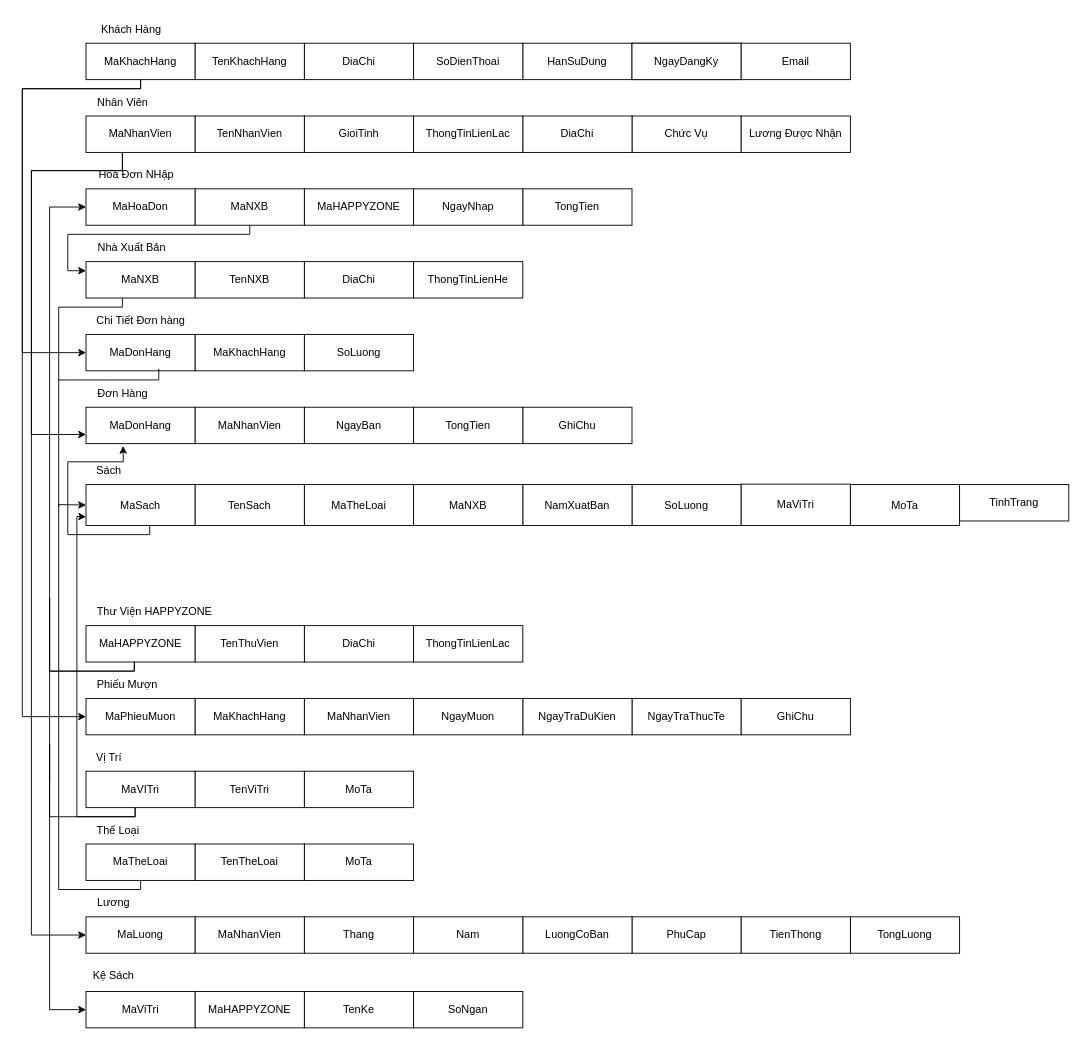
Earlier version of the draw.io diagram page "Trang-6" (6 of 6) of Biểu đồ không có tiêu đề.drawio (trunghai04/game-python). Source tidied: cells renumbered, new cells numbered last; positions are measured from the earlier drawing's top-left corner, leaving out a move shared by most shapes. Both pictures are drawn from the tidied source at 91%, with x=0, y=0 at pixel (22, 15).
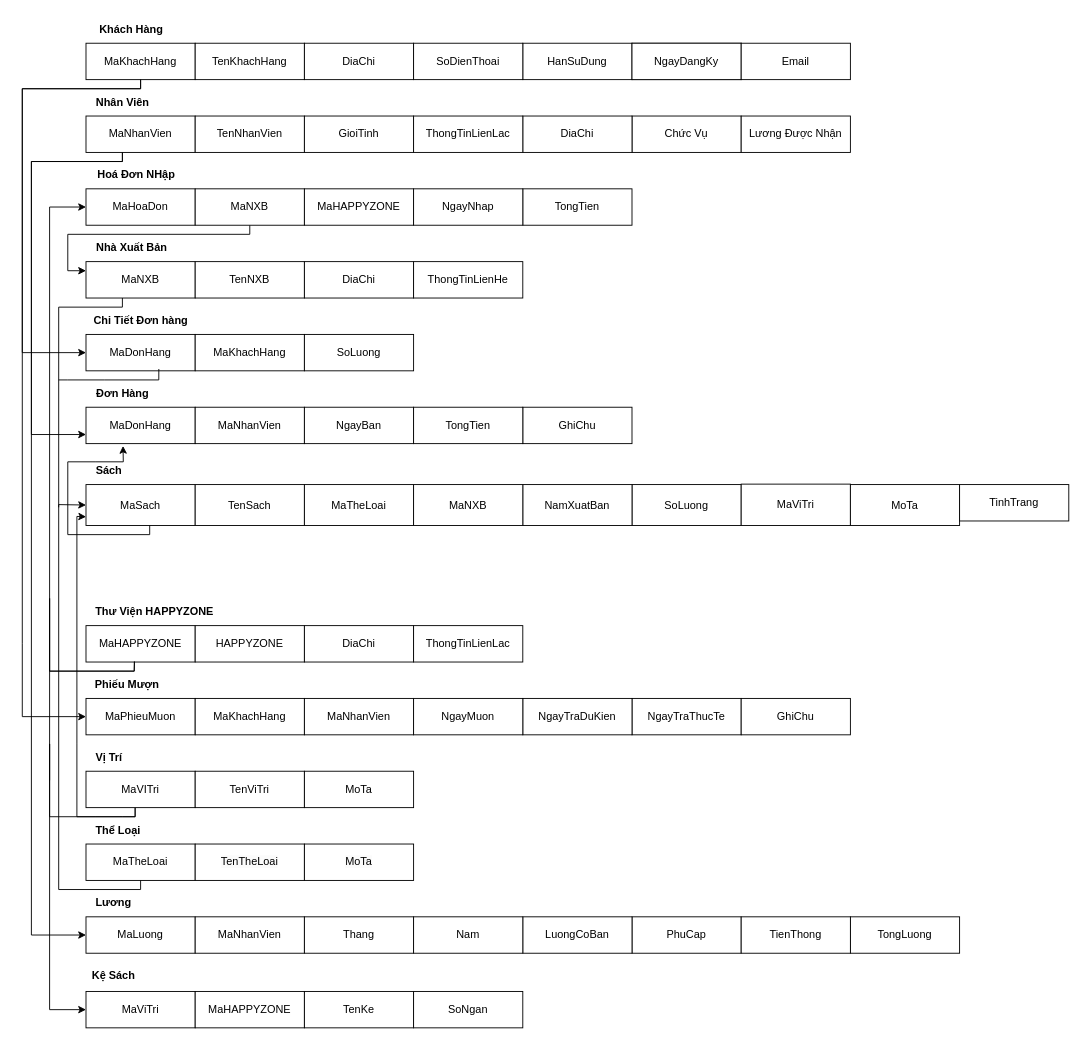
The same page after the edit.

Commit message:
Cập nhật Biểu đồ không có tiêu đề.drawio

The change refers to these unchanged cells:
```xml
<mxCell id="27" value="MaDonHang" style="rounded=0;whiteSpace=wrap;html=1;" parent="1" vertex="1">
  <mxGeometry x="70" y="430" width="120" height="40" as="geometry" />
</mxCell>
<mxCell id="65" value="MaLuong" style="rounded=0;whiteSpace=wrap;html=1;" parent="1" vertex="1">
  <mxGeometry x="70" y="990" width="120" height="40" as="geometry" />
</mxCell>
```

What changed in the source:
```diff
@@
-    <mxCell id="39" value="TenThuVien" style="rounded=0;whiteSpace=wrap;html=1;" parent="1" vertex="1">
+    <mxCell id="39" value="HAPPYZONE" style="rounded=0;whiteSpace=wrap;html=1;" parent="1" vertex="1">
       <mxGeometry x="190" y="670" width="120" height="40" as="geometry" />
     </mxCell>
@@
-    <mxCell id="48" value="Khách Hàng" style="text;html=1;align=center;verticalAlign=middle;whiteSpace=wrap;rounded=0;" parent="1" vertex="1">
+    <mxCell id="48" value="Khách Hàng" style="text;html=1;align=center;verticalAlign=middle;whiteSpace=wrap;rounded=0;fontStyle=1;" parent="1" vertex="1">
       <mxGeometry x="70" width="100" height="30" as="geometry" />
     </mxCell>
-    <mxCell id="49" value="Nhân Viên" style="text;html=1;align=center;verticalAlign=middle;strokeColor=none;fillColor=none;" parent="1" vertex="1">
+    <mxCell id="49" value="Nhân Viên" style="text;html=1;align=center;verticalAlign=middle;strokeColor=none;fillColor=none;fontStyle=1;" parent="1" vertex="1">
       <mxGeometry x="70" y="80" width="80" height="30" as="geometry" />
     </mxCell>
-    <mxCell id="50" value="Hoá Đơn NHập" style="text;html=1;align=center;verticalAlign=middle;strokeColor=none;fillColor=none;" parent="1" vertex="1">
+    <mxCell id="50" value="Hoá Đơn NHập" style="text;html=1;align=center;verticalAlign=middle;strokeColor=none;fillColor=none;fontStyle=1;" parent="1" vertex="1">
       <mxGeometry x="70" y="160" width="110" height="30" as="geometry" />
     </mxCell>
-    <mxCell id="51" value="Nhà Xuất Bản" style="text;html=1;align=center;verticalAlign=middle;strokeColor=none;fillColor=none;" parent="1" vertex="1">
+    <mxCell id="51" value="Nhà Xuất Bản" style="text;html=1;align=center;verticalAlign=middle;strokeColor=none;fillColor=none;fontStyle=1;" parent="1" vertex="1">
       <mxGeometry x="70" y="240" width="100" height="30" as="geometry" />
     </mxCell>
-    <mxCell id="52" value="Chi Tiết Đơn hàng" style="text;html=1;align=center;verticalAlign=middle;strokeColor=none;fillColor=none;" parent="1" vertex="1">
+    <mxCell id="52" value="Chi Tiết Đơn hàng" style="text;html=1;align=center;verticalAlign=middle;strokeColor=none;fillColor=none;fontStyle=1;" parent="1" vertex="1">
       <mxGeometry x="70" y="320" width="120" height="30" as="geometry" />
     </mxCell>
-    <mxCell id="53" value="Đơn Hàng" style="text;html=1;align=center;verticalAlign=middle;strokeColor=none;fillColor=none;" parent="1" vertex="1">
+    <mxCell id="53" value="Đơn Hàng" style="text;html=1;align=center;verticalAlign=middle;strokeColor=none;fillColor=none;fontStyle=1;" parent="1" vertex="1">
       <mxGeometry x="70" y="400" width="80" height="30" as="geometry" />
     </mxCell>
-    <mxCell id="54" value="Sách" style="text;html=1;align=center;verticalAlign=middle;strokeColor=none;fillColor=none;" parent="1" vertex="1">
+    <mxCell id="54" value="Sách" style="text;html=1;align=center;verticalAlign=middle;strokeColor=none;fillColor=none;fontStyle=1;" parent="1" vertex="1">
       <mxGeometry x="70" y="485" width="50" height="30" as="geometry" />
     </mxCell>
-    <mxCell id="55" value="Thư Viện HAPPYZONE" style="text;html=1;align=center;verticalAlign=middle;strokeColor=none;fillColor=none;" parent="1" vertex="1">
+    <mxCell id="55" value="Thư Viện HAPPYZONE" style="text;html=1;align=center;verticalAlign=middle;strokeColor=none;fillColor=none;fontStyle=1;" parent="1" vertex="1">
       <mxGeometry x="70" y="640" width="150" height="30" as="geometry" />
     </mxCell>
-    <mxCell id="56" value="Phiếu Mượn" style="text;html=1;align=center;verticalAlign=middle;strokeColor=none;fillColor=none;" parent="1" vertex="1">
+    <mxCell id="56" value="Phiếu Mượn" style="text;html=1;align=center;verticalAlign=middle;strokeColor=none;fillColor=none;fontStyle=1;" parent="1" vertex="1">
       <mxGeometry x="70" y="720" width="90" height="30" as="geometry" />
     </mxCell>
@@
-    <mxCell id="60" value="Vị Trí" style="text;html=1;align=center;verticalAlign=middle;strokeColor=none;fillColor=none;" parent="1" vertex="1">
+    <mxCell id="60" value="Vị Trí" style="text;html=1;align=center;verticalAlign=middle;strokeColor=none;fillColor=none;fontStyle=1;" parent="1" vertex="1">
       <mxGeometry x="70" y="800" width="50" height="30" as="geometry" />
     </mxCell>
@@
-    <mxCell id="64" value="Thể Loại" style="text;html=1;align=center;verticalAlign=middle;strokeColor=none;fillColor=none;" parent="1" vertex="1">
+    <mxCell id="64" value="Thể Loại" style="text;html=1;align=center;verticalAlign=middle;strokeColor=none;fillColor=none;fontStyle=1;" parent="1" vertex="1">
       <mxGeometry x="70" y="880" width="70" height="30" as="geometry" />
     </mxCell>
@@
-    <mxCell id="71" value="Lương" style="text;html=1;align=center;verticalAlign=middle;strokeColor=none;fillColor=none;" parent="1" vertex="1">
+    <mxCell id="71" value="Lương" style="text;html=1;align=center;verticalAlign=middle;strokeColor=none;fillColor=none;fontStyle=1;" parent="1" vertex="1">
       <mxGeometry x="70" y="960" width="60" height="30" as="geometry" />
     </mxCell>
@@
     <mxCell id="81" style="endArrow=none;html=1;rounded=0;exitX=0;exitY=0.75;exitDx=0;exitDy=0;endFill=0;startArrow=classic;startFill=1;" parent="1" edge="1" source="27">
       <mxGeometry relative="1" as="geometry">
         <mxPoint x="110" y="150" as="targetPoint" />
         <Array as="points">
           <mxPoint x="10" y="460" />
-          <mxPoint x="10" y="170" />
-          <mxPoint x="110" y="170" />
+          <mxPoint x="10" y="160" />
+          <mxPoint x="110" y="160" />
         </Array>
       </mxGeometry>
     </mxCell>
@@
-    <mxCell id="87" value="Kệ Sách" style="text;html=1;align=center;verticalAlign=middle;strokeColor=none;fillColor=none;" parent="1" vertex="1">
+    <mxCell id="87" value="Kệ Sách" style="text;html=1;align=center;verticalAlign=middle;strokeColor=none;fillColor=none;fontStyle=1;" parent="1" vertex="1">
       <mxGeometry x="65" y="1040" width="70" height="30" as="geometry" />
     </mxCell>
@@
     <mxCell id="92" style="endArrow=none;html=1;rounded=0;exitX=0;exitY=0.5;exitDx=0;exitDy=0;endFill=0;startArrow=classic;startFill=1;" parent="1" edge="1" source="65">
       <mxGeometry relative="1" as="geometry">
         <mxPoint x="110" y="150" as="targetPoint" />
         <Array as="points">
           <mxPoint x="10" y="1010" />
-          <mxPoint x="10" y="170" />
-          <mxPoint x="110" y="170" />
+          <mxPoint x="10" y="160" />
+          <mxPoint x="110" y="160" />
         </Array>
       </mxGeometry>
     </mxCell>
```
